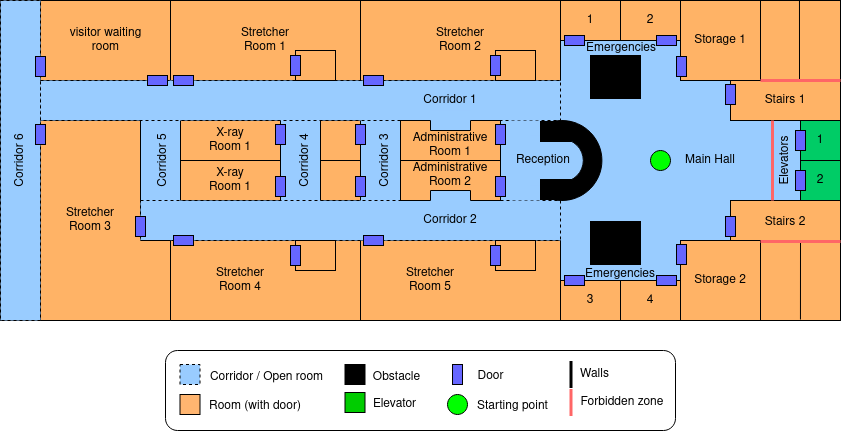
The draw.io diagram imgs/hospital_map_scheme.png in Docencia-fmrico/plansys2-hospital-l4ros2, before a commit. Source tidied: cells renumbered, new cells last; positions are measured from the earlier drawing's top-left corner, leaving out a move shared by most shapes.
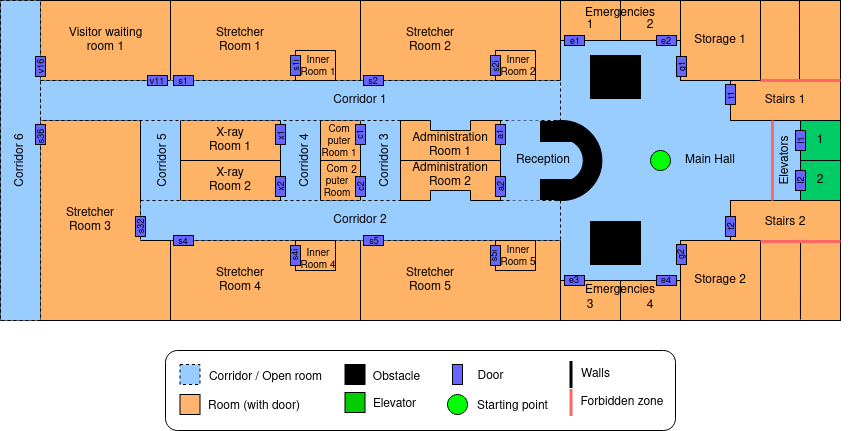
After the commit.

Diff of the diagram source:
```diff
@@ -275,10 +275,10 @@
       <mxGeometry x="523" y="145" width="60" height="30" as="geometry" />
     </mxCell>
     <mxCell id="84" value="Corridor 1" style="text;html=1;strokeColor=none;fillColor=none;align=center;verticalAlign=middle;whiteSpace=wrap;rounded=0;" parent="1" vertex="1">
-      <mxGeometry x="430" y="85" width="60" height="30" as="geometry" />
+      <mxGeometry x="340" y="85" width="60" height="30" as="geometry" />
     </mxCell>
     <mxCell id="85" value="&lt;div&gt;Corridor 2&lt;/div&gt;" style="text;html=1;strokeColor=none;fillColor=none;align=center;verticalAlign=middle;whiteSpace=wrap;rounded=0;" parent="1" vertex="1">
-      <mxGeometry x="430" y="205" width="60" height="30" as="geometry" />
+      <mxGeometry x="340" y="205" width="60" height="30" as="geometry" />
     </mxCell>
     <mxCell id="86" value="&lt;div&gt;Corridor 3&lt;/div&gt;" style="text;html=1;strokeColor=none;fillColor=none;align=center;verticalAlign=middle;whiteSpace=wrap;rounded=0;rotation=-90;" parent="1" vertex="1">
       <mxGeometry x="365" y="145" width="60" height="30" as="geometry" />
@@ -314,40 +314,40 @@
       <mxGeometry x="700" y="25" width="60" height="30" as="geometry" />
     </mxCell>
     <mxCell id="97" value="Emergencies" style="text;html=1;strokeColor=none;fillColor=none;align=center;verticalAlign=middle;whiteSpace=wrap;rounded=0;" parent="1" vertex="1">
-      <mxGeometry x="601" y="33" width="60" height="30" as="geometry" />
+      <mxGeometry x="600" width="60" height="25" as="geometry" />
     </mxCell>
     <mxCell id="98" value="1" style="text;html=1;strokeColor=none;fillColor=none;align=center;verticalAlign=middle;whiteSpace=wrap;rounded=0;" parent="1" vertex="1">
-      <mxGeometry x="570" y="5" width="60" height="30" as="geometry" />
+      <mxGeometry x="570" y="10" width="60" height="30" as="geometry" />
     </mxCell>
     <mxCell id="99" value="2" style="text;html=1;strokeColor=none;fillColor=none;align=center;verticalAlign=middle;whiteSpace=wrap;rounded=0;" parent="1" vertex="1">
-      <mxGeometry x="630" y="5" width="60" height="30" as="geometry" />
+      <mxGeometry x="630" y="10" width="60" height="30" as="geometry" />
     </mxCell>
     <mxCell id="100" value="Emergencies" style="text;html=1;strokeColor=none;fillColor=none;align=center;verticalAlign=middle;whiteSpace=wrap;rounded=0;" parent="1" vertex="1">
-      <mxGeometry x="600" y="259" width="60" height="30" as="geometry" />
+      <mxGeometry x="600" y="275" width="60" height="30" as="geometry" />
     </mxCell>
     <mxCell id="101" value="3" style="text;html=1;strokeColor=none;fillColor=none;align=center;verticalAlign=middle;whiteSpace=wrap;rounded=0;" parent="1" vertex="1">
-      <mxGeometry x="570" y="285" width="60" height="30" as="geometry" />
+      <mxGeometry x="570" y="290" width="60" height="30" as="geometry" />
     </mxCell>
     <mxCell id="102" value="4" style="text;html=1;strokeColor=none;fillColor=none;align=center;verticalAlign=middle;whiteSpace=wrap;rounded=0;" parent="1" vertex="1">
-      <mxGeometry x="630" y="285" width="60" height="30" as="geometry" />
+      <mxGeometry x="630" y="290" width="60" height="30" as="geometry" />
     </mxCell>
-    <mxCell id="103" value="Administrative Room 1" style="text;html=1;strokeColor=none;fillColor=none;align=center;verticalAlign=middle;whiteSpace=wrap;rounded=0;" parent="1" vertex="1">
+    <mxCell id="103" value="Administration Room 1" style="text;html=1;strokeColor=none;fillColor=none;align=center;verticalAlign=middle;whiteSpace=wrap;rounded=0;" parent="1" vertex="1">
       <mxGeometry x="430" y="130" width="60" height="30" as="geometry" />
     </mxCell>
-    <mxCell id="104" value="Administrative Room 2" style="text;html=1;strokeColor=none;fillColor=none;align=center;verticalAlign=middle;whiteSpace=wrap;rounded=0;" parent="1" vertex="1">
+    <mxCell id="104" value="Administration Room 2" style="text;html=1;strokeColor=none;fillColor=none;align=center;verticalAlign=middle;whiteSpace=wrap;rounded=0;" parent="1" vertex="1">
       <mxGeometry x="430" y="160" width="60" height="30" as="geometry" />
     </mxCell>
     <mxCell id="105" value="X-ray Room 1" style="text;html=1;strokeColor=none;fillColor=none;align=center;verticalAlign=middle;whiteSpace=wrap;rounded=0;" parent="1" vertex="1">
       <mxGeometry x="210" y="125" width="60" height="30" as="geometry" />
     </mxCell>
-    <mxCell id="106" value="X-ray Room 1" style="text;html=1;strokeColor=none;fillColor=none;align=center;verticalAlign=middle;whiteSpace=wrap;rounded=0;" parent="1" vertex="1">
+    <mxCell id="106" value="X-ray Room 2" style="text;html=1;strokeColor=none;fillColor=none;align=center;verticalAlign=middle;whiteSpace=wrap;rounded=0;" parent="1" vertex="1">
       <mxGeometry x="210" y="165" width="60" height="30" as="geometry" />
     </mxCell>
     <mxCell id="107" value="Stretcher Room 1" style="text;html=1;strokeColor=none;fillColor=none;align=center;verticalAlign=middle;whiteSpace=wrap;rounded=0;" parent="1" vertex="1">
-      <mxGeometry x="245" y="25" width="60" height="30" as="geometry" />
+      <mxGeometry x="220" y="25" width="60" height="30" as="geometry" />
     </mxCell>
     <mxCell id="108" value="Stretcher Room 2" style="text;html=1;strokeColor=none;fillColor=none;align=center;verticalAlign=middle;whiteSpace=wrap;rounded=0;" parent="1" vertex="1">
-      <mxGeometry x="440" y="25" width="60" height="30" as="geometry" />
+      <mxGeometry x="410" y="25" width="60" height="30" as="geometry" />
     </mxCell>
     <mxCell id="109" value="&lt;div&gt;Stretcher Room 4&lt;br&gt;&lt;/div&gt;" style="text;html=1;strokeColor=none;fillColor=none;align=center;verticalAlign=middle;whiteSpace=wrap;rounded=0;" parent="1" vertex="1">
       <mxGeometry x="220" y="265" width="60" height="30" as="geometry" />
@@ -355,8 +355,8 @@
     <mxCell id="110" value="Stretcher Room 5" style="text;html=1;strokeColor=none;fillColor=none;align=center;verticalAlign=middle;whiteSpace=wrap;rounded=0;" parent="1" vertex="1">
       <mxGeometry x="410" y="265" width="60" height="30" as="geometry" />
     </mxCell>
-    <mxCell id="111" value="visitor waiting room" style="text;html=1;strokeColor=none;fillColor=none;align=center;verticalAlign=middle;whiteSpace=wrap;rounded=0;" parent="1" vertex="1">
-      <mxGeometry x="77.5" y="25" width="75" height="30" as="geometry" />
+    <mxCell id="111" value="Visitor waiting room 1" style="text;html=1;strokeColor=none;fillColor=none;align=center;verticalAlign=middle;whiteSpace=wrap;rounded=0;" parent="1" vertex="1">
+      <mxGeometry x="73.8" y="25" width="82.5" height="30" as="geometry" />
     </mxCell>
     <mxCell id="112" value="&lt;div&gt;Stretcher Room 3&lt;/div&gt;" style="text;html=1;strokeColor=none;fillColor=none;align=center;verticalAlign=middle;whiteSpace=wrap;rounded=0;" parent="1" vertex="1">
       <mxGeometry x="70" y="205" width="60" height="30" as="geometry" />
@@ -418,5 +418,110 @@
     <mxCell id="129" value="Forbidden zone" style="text;html=1;strokeColor=none;fillColor=none;align=center;verticalAlign=middle;whiteSpace=wrap;rounded=0;" parent="1" vertex="1">
       <mxGeometry x="587.5" y="387" width="87.5" height="30" as="geometry" />
     </mxCell>
+    <mxCell id="130" value="e1" style="text;html=1;strokeColor=none;fillColor=none;align=center;verticalAlign=middle;whiteSpace=wrap;rounded=0;fontSize=9;" parent="1" vertex="1">
+      <mxGeometry x="555" y="26" width="60" height="30" as="geometry" />
+    </mxCell>
+    <mxCell id="131" value="e2" style="text;html=1;strokeColor=none;fillColor=none;align=center;verticalAlign=middle;whiteSpace=wrap;rounded=0;fontSize=9;" parent="1" vertex="1">
+      <mxGeometry x="646" y="26" width="60" height="30" as="geometry" />
+    </mxCell>
+    <mxCell id="132" value="g1" style="text;html=1;strokeColor=none;fillColor=none;align=center;verticalAlign=middle;whiteSpace=wrap;rounded=0;fontSize=9;rotation=-90;" parent="1" vertex="1">
+      <mxGeometry x="662" y="51" width="60" height="30" as="geometry" />
+    </mxCell>
+    <mxCell id="133" value="t1" style="text;html=1;strokeColor=none;fillColor=none;align=center;verticalAlign=middle;whiteSpace=wrap;rounded=0;fontSize=9;rotation=-90;" parent="1" vertex="1">
+      <mxGeometry x="711" y="80" width="60" height="30" as="geometry" />
+    </mxCell>
+    <mxCell id="134" value="l1" style="text;html=1;strokeColor=none;fillColor=none;align=center;verticalAlign=middle;whiteSpace=wrap;rounded=0;fontSize=9;rotation=-90;" parent="1" vertex="1">
+      <mxGeometry x="781" y="125" width="60" height="30" as="geometry" />
+    </mxCell>
+    <mxCell id="135" value="l2" style="text;html=1;strokeColor=none;fillColor=none;align=center;verticalAlign=middle;whiteSpace=wrap;rounded=0;fontSize=9;rotation=-90;" parent="1" vertex="1">
+      <mxGeometry x="781" y="165" width="60" height="30" as="geometry" />
+    </mxCell>
+    <mxCell id="136" value="t2" style="text;html=1;strokeColor=none;fillColor=none;align=center;verticalAlign=middle;whiteSpace=wrap;rounded=0;fontSize=9;rotation=-90;" parent="1" vertex="1">
+      <mxGeometry x="711" y="211" width="60" height="30" as="geometry" />
+    </mxCell>
+    <mxCell id="137" value="g2" style="text;html=1;strokeColor=none;fillColor=none;align=center;verticalAlign=middle;whiteSpace=wrap;rounded=0;fontSize=9;rotation=-90;" parent="1" vertex="1">
+      <mxGeometry x="661" y="239" width="60" height="30" as="geometry" />
+    </mxCell>
+    <mxCell id="138" value="e3" style="text;html=1;strokeColor=none;fillColor=none;align=center;verticalAlign=middle;whiteSpace=wrap;rounded=0;fontSize=9;" parent="1" vertex="1">
+      <mxGeometry x="554.5" y="265" width="60" height="30" as="geometry" />
+    </mxCell>
+    <mxCell id="139" value="e4" style="text;html=1;strokeColor=none;fillColor=none;align=center;verticalAlign=middle;whiteSpace=wrap;rounded=0;fontSize=9;" parent="1" vertex="1">
+      <mxGeometry x="645.5" y="265" width="60" height="30" as="geometry" />
+    </mxCell>
+    <mxCell id="140" value="s5" style="text;html=1;strokeColor=none;fillColor=none;align=center;verticalAlign=middle;whiteSpace=wrap;rounded=0;fontSize=9;" parent="1" vertex="1">
+      <mxGeometry x="354" y="226" width="60" height="30" as="geometry" />
+    </mxCell>
+    <mxCell id="141" value="s4" style="text;html=1;strokeColor=none;fillColor=none;align=center;verticalAlign=middle;whiteSpace=wrap;rounded=0;fontSize=9;" parent="1" vertex="1">
+      <mxGeometry x="163" y="226" width="60" height="30" as="geometry" />
+    </mxCell>
+    <mxCell id="142" value="s32" style="text;html=1;strokeColor=none;fillColor=none;align=center;verticalAlign=middle;whiteSpace=wrap;rounded=0;fontSize=9;rotation=-90;" parent="1" vertex="1">
+      <mxGeometry x="121" y="211" width="60" height="30" as="geometry" />
+    </mxCell>
+    <mxCell id="143" value="x2" style="text;html=1;strokeColor=none;fillColor=none;align=center;verticalAlign=middle;whiteSpace=wrap;rounded=0;fontSize=9;rotation=-90;" parent="1" vertex="1">
+      <mxGeometry x="261" y="171" width="60" height="30" as="geometry" />
+    </mxCell>
+    <mxCell id="144" value="x1" style="text;html=1;strokeColor=none;fillColor=none;align=center;verticalAlign=middle;whiteSpace=wrap;rounded=0;fontSize=9;rotation=-90;" parent="1" vertex="1">
+      <mxGeometry x="261" y="120" width="60" height="30" as="geometry" />
+    </mxCell>
+    <mxCell id="145" value="a1" style="text;html=1;strokeColor=none;fillColor=none;align=center;verticalAlign=middle;whiteSpace=wrap;rounded=0;fontSize=9;rotation=-90;" parent="1" vertex="1">
+      <mxGeometry x="480" y="119" width="60" height="30" as="geometry" />
+    </mxCell>
+    <mxCell id="146" value="a2" style="text;html=1;strokeColor=none;fillColor=none;align=center;verticalAlign=middle;whiteSpace=wrap;rounded=0;fontSize=9;rotation=-90;" parent="1" vertex="1">
+      <mxGeometry x="481" y="171" width="60" height="30" as="geometry" />
+    </mxCell>
+    <mxCell id="147" value="s2i" style="text;html=1;strokeColor=none;fillColor=none;align=center;verticalAlign=middle;whiteSpace=wrap;rounded=0;fontSize=9;rotation=-90;" parent="1" vertex="1">
+      <mxGeometry x="476" y="51" width="60" height="30" as="geometry" />
+    </mxCell>
+    <mxCell id="148" value="s1i" style="text;html=1;strokeColor=none;fillColor=none;align=center;verticalAlign=middle;whiteSpace=wrap;rounded=0;fontSize=9;rotation=-90;" parent="1" vertex="1">
+      <mxGeometry x="276" y="50" width="60" height="30" as="geometry" />
+    </mxCell>
+    <mxCell id="149" value="s2" style="text;html=1;strokeColor=none;fillColor=none;align=center;verticalAlign=middle;whiteSpace=wrap;rounded=0;fontSize=9;" parent="1" vertex="1">
+      <mxGeometry x="353" y="66" width="60" height="30" as="geometry" />
+    </mxCell>
+    <mxCell id="150" value="s1" style="text;html=1;strokeColor=none;fillColor=none;align=center;verticalAlign=middle;whiteSpace=wrap;rounded=0;fontSize=9;" parent="1" vertex="1">
+      <mxGeometry x="163" y="66" width="60" height="30" as="geometry" />
+    </mxCell>
+    <mxCell id="151" value="v11" style="text;html=1;strokeColor=none;fillColor=none;align=center;verticalAlign=middle;whiteSpace=wrap;rounded=0;fontSize=9;" parent="1" vertex="1">
+      <mxGeometry x="137" y="66" width="60" height="30" as="geometry" />
+    </mxCell>
+    <mxCell id="152" value="v16" style="text;html=1;strokeColor=none;fillColor=none;align=center;verticalAlign=middle;whiteSpace=wrap;rounded=0;fontSize=9;rotation=-90;" parent="1" vertex="1">
+      <mxGeometry x="21" y="51" width="60" height="30" as="geometry" />
+    </mxCell>
+    <mxCell id="153" value="s36" style="text;html=1;strokeColor=none;fillColor=none;align=center;verticalAlign=middle;whiteSpace=wrap;rounded=0;fontSize=9;rotation=-90;" parent="1" vertex="1">
+      <mxGeometry x="21" y="121" width="60" height="30" as="geometry" />
+    </mxCell>
+    <mxCell id="154" value="&lt;div style=&quot;font-size: 10px;&quot;&gt;Com&lt;/div&gt;&lt;div style=&quot;font-size: 10px;&quot;&gt;puter&lt;/div&gt;&lt;div style=&quot;font-size: 10px;&quot;&gt;Room 1&lt;/div&gt;" style="text;html=1;strokeColor=none;fillColor=none;align=center;verticalAlign=middle;whiteSpace=wrap;rounded=0;fontSize=10;" parent="1" vertex="1">
+      <mxGeometry x="319" y="126" width="60" height="30" as="geometry" />
+    </mxCell>
+    <mxCell id="155" value="&lt;div style=&quot;font-size: 10px&quot;&gt;Com&lt;/div&gt;&lt;div style=&quot;font-size: 10px&quot;&gt;puter&lt;/div&gt;&lt;div style=&quot;font-size: 10px&quot;&gt;Room&lt;br&gt;&lt;/div&gt;" style="text;html=1;strokeColor=none;fillColor=none;align=center;verticalAlign=middle;whiteSpace=wrap;rounded=0;fontSize=10;" parent="1" vertex="1">
+      <mxGeometry x="317" y="166" width="60" height="30" as="geometry" />
+    </mxCell>
+    <mxCell id="156" value="2" style="text;html=1;strokeColor=none;fillColor=none;align=center;verticalAlign=middle;whiteSpace=wrap;rounded=0;fontSize=10;" parent="1" vertex="1">
+      <mxGeometry x="333.5" y="155" width="60" height="30" as="geometry" />
+    </mxCell>
+    <mxCell id="157" value="c1" style="text;html=1;strokeColor=none;fillColor=none;align=center;verticalAlign=middle;whiteSpace=wrap;rounded=0;fontSize=9;rotation=-90;" parent="1" vertex="1">
+      <mxGeometry x="340" y="119" width="60" height="30" as="geometry" />
+    </mxCell>
+    <mxCell id="158" value="c2" style="text;html=1;strokeColor=none;fillColor=none;align=center;verticalAlign=middle;whiteSpace=wrap;rounded=0;fontSize=9;rotation=-90;" parent="1" vertex="1">
+      <mxGeometry x="341" y="171" width="60" height="30" as="geometry" />
+    </mxCell>
+    <mxCell id="159" value="s5i" style="text;html=1;strokeColor=none;fillColor=none;align=center;verticalAlign=middle;whiteSpace=wrap;rounded=0;fontSize=9;rotation=-90;" parent="1" vertex="1">
+      <mxGeometry x="475" y="240.5" width="60" height="30" as="geometry" />
+    </mxCell>
+    <mxCell id="160" value="s4i" style="text;html=1;strokeColor=none;fillColor=none;align=center;verticalAlign=middle;whiteSpace=wrap;rounded=0;fontSize=9;rotation=-90;" parent="1" vertex="1">
+      <mxGeometry x="275" y="239.5" width="60" height="30" as="geometry" />
+    </mxCell>
+    <mxCell id="161" value="&lt;div&gt;Inner&lt;/div&gt;&lt;div&gt;Room 1&lt;/div&gt;" style="text;html=1;strokeColor=none;fillColor=none;align=center;verticalAlign=middle;whiteSpace=wrap;rounded=0;fontSize=10;" parent="1" vertex="1">
+      <mxGeometry x="298" y="51" width="60" height="30" as="geometry" />
+    </mxCell>
+    <mxCell id="162" value="&lt;div&gt;Inner&lt;/div&gt;&lt;div&gt;Room 2&lt;br&gt;&lt;/div&gt;" style="text;html=1;strokeColor=none;fillColor=none;align=center;verticalAlign=middle;whiteSpace=wrap;rounded=0;fontSize=10;" parent="1" vertex="1">
+      <mxGeometry x="498" y="51" width="60" height="30" as="geometry" />
+    </mxCell>
+    <mxCell id="163" value="&lt;div&gt;Inner&lt;/div&gt;&lt;div&gt;Room 4&lt;br&gt;&lt;/div&gt;" style="text;html=1;strokeColor=none;fillColor=none;align=center;verticalAlign=middle;whiteSpace=wrap;rounded=0;fontSize=10;" parent="1" vertex="1">
+      <mxGeometry x="298" y="244" width="60" height="30" as="geometry" />
+    </mxCell>
+    <mxCell id="164" value="&lt;div&gt;Inner&lt;/div&gt;&lt;div&gt;Room 5&lt;br&gt;&lt;/div&gt;" style="text;html=1;strokeColor=none;fillColor=none;align=center;verticalAlign=middle;whiteSpace=wrap;rounded=0;fontSize=10;" parent="1" vertex="1">
+      <mxGeometry x="498" y="241" width="60" height="30" as="geometry" />
+    </mxCell>
   </root>
 </mxGraphModel>
```
